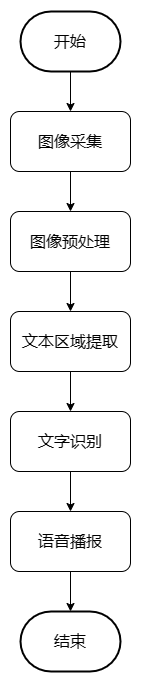
This is OCR智能眼镜.drawio.png from yuxibiwin/draw, a draw.io export, as it was before one commit. Source tidied: cells renumbered, new cells last; positions are measured from the earlier drawing's top-left corner, leaving out a move shared by most shapes.
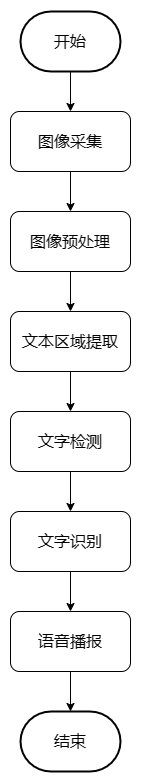
After the change.

Commit message:
已添加 OCR智能眼镜.png

Change to the diagram source:
```diff
@@ -15,7 +15,7 @@
       <mxGeometry x="10" width="100" height="60" as="geometry" />
     </mxCell>
     <mxCell id="6" value="结束" style="strokeWidth=2;html=1;shape=mxgraph.flowchart.terminator;whiteSpace=wrap;fontSize=16;" parent="1" vertex="1">
-      <mxGeometry x="10" y="600" width="100" height="60" as="geometry" />
+      <mxGeometry x="10" y="700" width="100" height="60" as="geometry" />
     </mxCell>
     <mxCell id="7" style="edgeStyle=orthogonalEdgeStyle;rounded=0;jettySize=auto;html=1;" parent="1" edge="1" source="8" target="10">
       <mxGeometry relative="1" as="geometry" />
@@ -23,9 +23,9 @@
     <mxCell id="8" value="图像预处理" style="rounded=1;whiteSpace=wrap;html=1;fontSize=16;" parent="1" vertex="1">
       <mxGeometry y="200" width="120" height="60" as="geometry" />
     </mxCell>
-    <mxCell id="9" style="edgeStyle=orthogonalEdgeStyle;rounded=0;jettySize=auto;html=1;" parent="1" edge="1" source="10" target="12">
-      <mxGeometry relative="1" as="geometry" />
-    </mxCell>
+    <mxCell id="15" style="edgeStyle=orthogonalEdgeStyle;rounded=0;jettySize=auto;html=1;" parent="1" edge="1" source="10" target="17">
+      <mxGeometry relative="1" as="geometry" />
+    </mxCell>
     <mxCell id="10" value="文本区域提取" style="rounded=1;whiteSpace=wrap;html=1;fontSize=16;" parent="1" vertex="1">
       <mxGeometry y="300" width="120" height="60" as="geometry" />
     </mxCell>
@@ -33,13 +33,19 @@
       <mxGeometry relative="1" as="geometry" />
     </mxCell>
     <mxCell id="12" value="文字识别" style="rounded=1;whiteSpace=wrap;html=1;fontSize=16;" parent="1" vertex="1">
-      <mxGeometry y="400" width="120" height="60" as="geometry" />
+      <mxGeometry y="500" width="120" height="60" as="geometry" />
     </mxCell>
     <mxCell id="13" style="edgeStyle=orthogonalEdgeStyle;rounded=0;jettySize=auto;html=1;" parent="1" edge="1" source="14" target="6">
       <mxGeometry relative="1" as="geometry" />
     </mxCell>
     <mxCell id="14" value="语音播报" style="rounded=1;whiteSpace=wrap;html=1;fontSize=16;" parent="1" vertex="1">
-      <mxGeometry y="500" width="120" height="60" as="geometry" />
+      <mxGeometry y="600" width="120" height="60" as="geometry" />
     </mxCell>
+    <mxCell id="16" style="edgeStyle=orthogonalEdgeStyle;rounded=0;jettySize=auto;html=1;" parent="1" edge="1" source="17" target="12">
+      <mxGeometry relative="1" as="geometry" />
+    </mxCell>
+    <mxCell id="17" value="文字检测" style="rounded=1;whiteSpace=wrap;html=1;fontSize=16;" parent="1" vertex="1">
+      <mxGeometry y="400" width="120" height="60" as="geometry" />
+    </mxCell>
   </root>
 </mxGraphModel>
```
